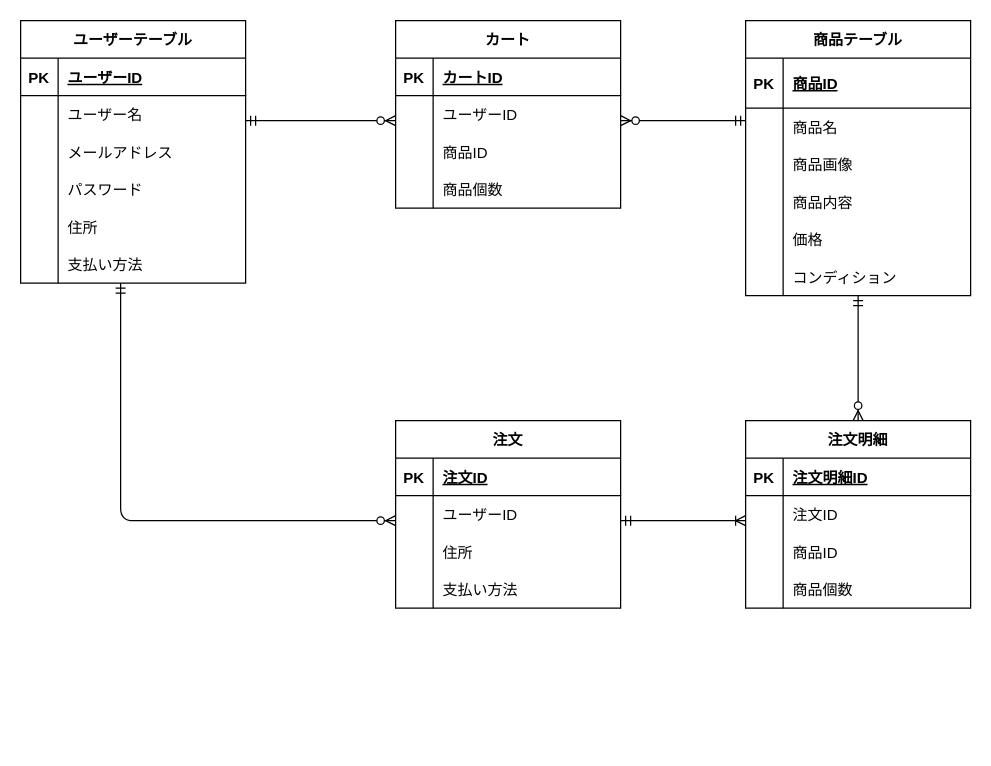
The draw.io diagram diagram.drawio in arai3021/coachtech_Flea_Market, before the edit. Source tidied: cells renumbered, new cells numbered last; positions are measured from the earlier drawing's top-left corner, leaving out a move shared by most shapes. Both pictures are drawn from the tidied source at 125%, with x=0, y=0 at pixel (20, 20).
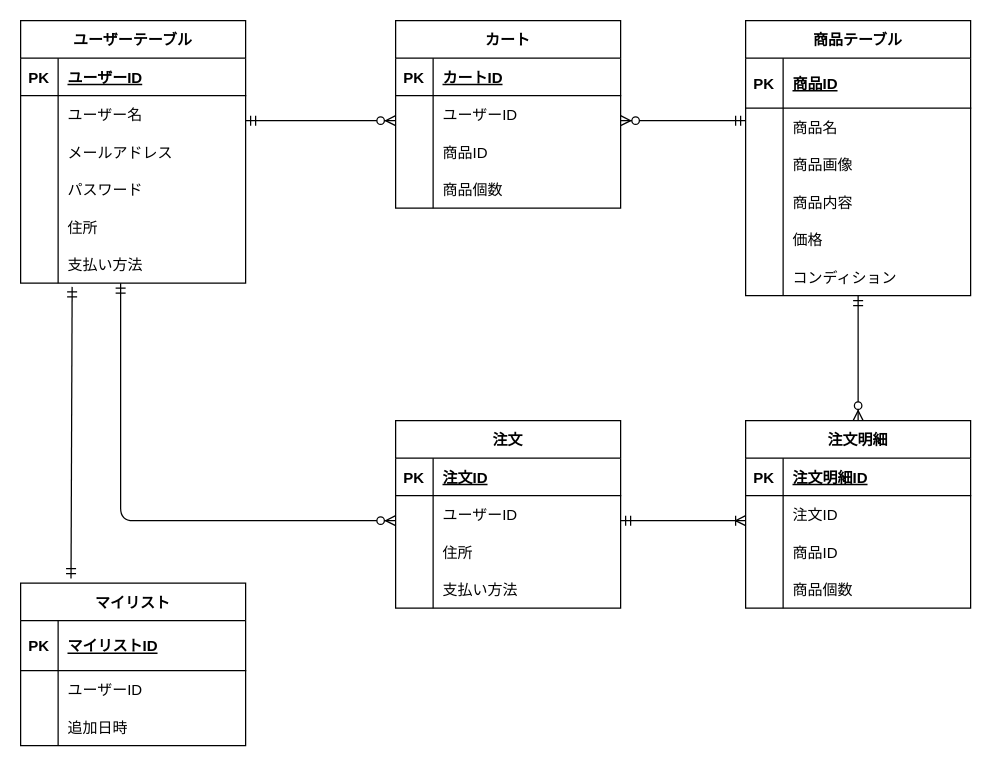
Above is the later version.

Unchanged cells that the change refers to:
```xml
<mxCell id="18" style="shape=tableRow;horizontal=0;startSize=0;swimlaneHead=0;swimlaneBody=0;fillColor=none;points=[[0,0.5],[1,0.5]];portConstraint=eastwest;top=0;left=0;right=0;bottom=0;" parent="2" vertex="1">
  <mxGeometry y="180" width="180" height="30" as="geometry" />
</mxCell>
```

Diff of the diagram source:
```diff
@@
+    <mxCell id="84" value="マイリスト" style="shape=table;startSize=30;childLayout=tableLayout;rowLines=0;fontStyle=1;align=center;" parent="1" vertex="1">
+      <mxGeometry y="450" width="180" height="130" as="geometry" />
+    </mxCell>
+    <mxCell id="85" style="shape=tableRow;horizontal=0;startSize=0;swimlaneHead=0;swimlaneBody=0;fillColor=none;top=0;left=0;right=0;bottom=1;" parent="84" vertex="1">
+      <mxGeometry y="30" width="180" height="40" as="geometry" />
+    </mxCell>
+    <mxCell id="86" value="PK" style="shape=partialRectangle;fillColor=none;top=0;left=0;bottom=0;right=0;fontStyle=1;overflow=hidden;" parent="85" vertex="1">
+      <mxGeometry width="30" height="40" as="geometry" />
+    </mxCell>
+    <mxCell id="87" value="マイリストID" style="shape=partialRectangle;fillColor=none;top=0;left=0;bottom=0;right=0;align=left;spacingLeft=6;fontStyle=5;overflow=hidden;" parent="85" vertex="1">
+      <mxGeometry x="30" width="150" height="40" as="geometry" />
+    </mxCell>
+    <mxCell id="88" style="shape=tableRow;horizontal=0;startSize=0;swimlaneHead=0;swimlaneBody=0;fillColor=none;top=0;left=0;right=0;bottom=0;" parent="84" vertex="1">
+      <mxGeometry y="70" width="180" height="30" as="geometry" />
+    </mxCell>
+    <mxCell id="89" style="shape=partialRectangle;fillColor=none;top=0;left=0;bottom=0;right=0;overflow=hidden;" parent="88" vertex="1">
+      <mxGeometry width="30" height="30" as="geometry" />
+    </mxCell>
+    <mxCell id="90" value="ユーザーID" style="shape=partialRectangle;fillColor=none;top=0;left=0;bottom=0;right=0;align=left;spacingLeft=6;overflow=hidden;" parent="88" vertex="1">
+      <mxGeometry x="30" width="150" height="30" as="geometry" />
+    </mxCell>
+    <mxCell id="91" style="shape=tableRow;horizontal=0;startSize=0;swimlaneHead=0;swimlaneBody=0;fillColor=none;top=0;left=0;right=0;bottom=0;" parent="84" vertex="1">
+      <mxGeometry y="100" width="180" height="30" as="geometry" />
+    </mxCell>
+    <mxCell id="92" style="shape=partialRectangle;fillColor=none;top=0;left=0;bottom=0;right=0;overflow=hidden;" parent="91" vertex="1">
+      <mxGeometry width="30" height="30" as="geometry" />
+    </mxCell>
+    <mxCell id="93" value="追加日時" style="shape=partialRectangle;fillColor=none;top=0;left=0;bottom=0;right=0;align=left;spacingLeft=6;overflow=hidden;" parent="91" vertex="1">
+      <mxGeometry x="30" width="150" height="30" as="geometry" />
+    </mxCell>
+    <mxCell id="94" style="fontSize=12;html=1;endArrow=ERmandOne;startArrow=ERmandOne;entryX=0.229;entryY=1.1;entryDx=0;entryDy=0;entryPerimeter=0;exitX=0.224;exitY=-0.028;exitDx=0;exitDy=0;exitPerimeter=0;" parent="1" edge="1" source="84" target="18">
+      <mxGeometry relative="1" as="geometry" />
+    </mxCell>
```
